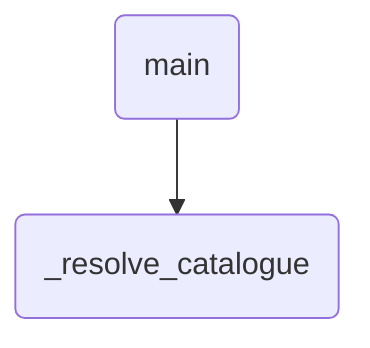
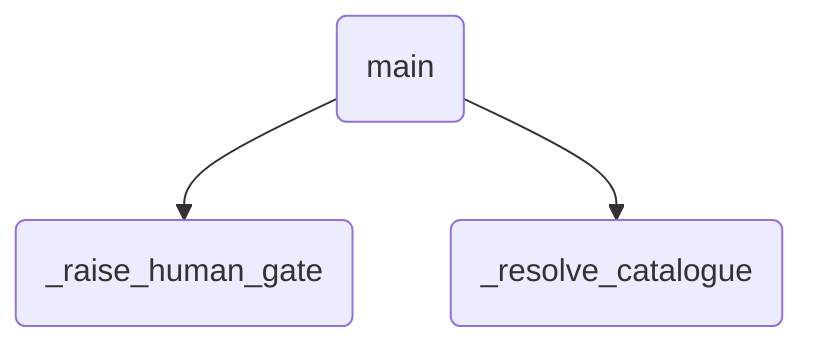
%% AUTO-GENERATED by `uipath init`. Do not edit manually.
%% Regenerated on every `uipath init`.
flowchart TB
-   main.py:52(main)
-   main.py:43(_resolve_catalogue)
-   main.py:52 --> main.py:43
+   main.py:81(main)
+   main.py:57(_raise_human_gate)
+   main.py:44(_resolve_catalogue)
+   main.py:81 --> main.py:57
+   main.py:81 --> main.py:44
